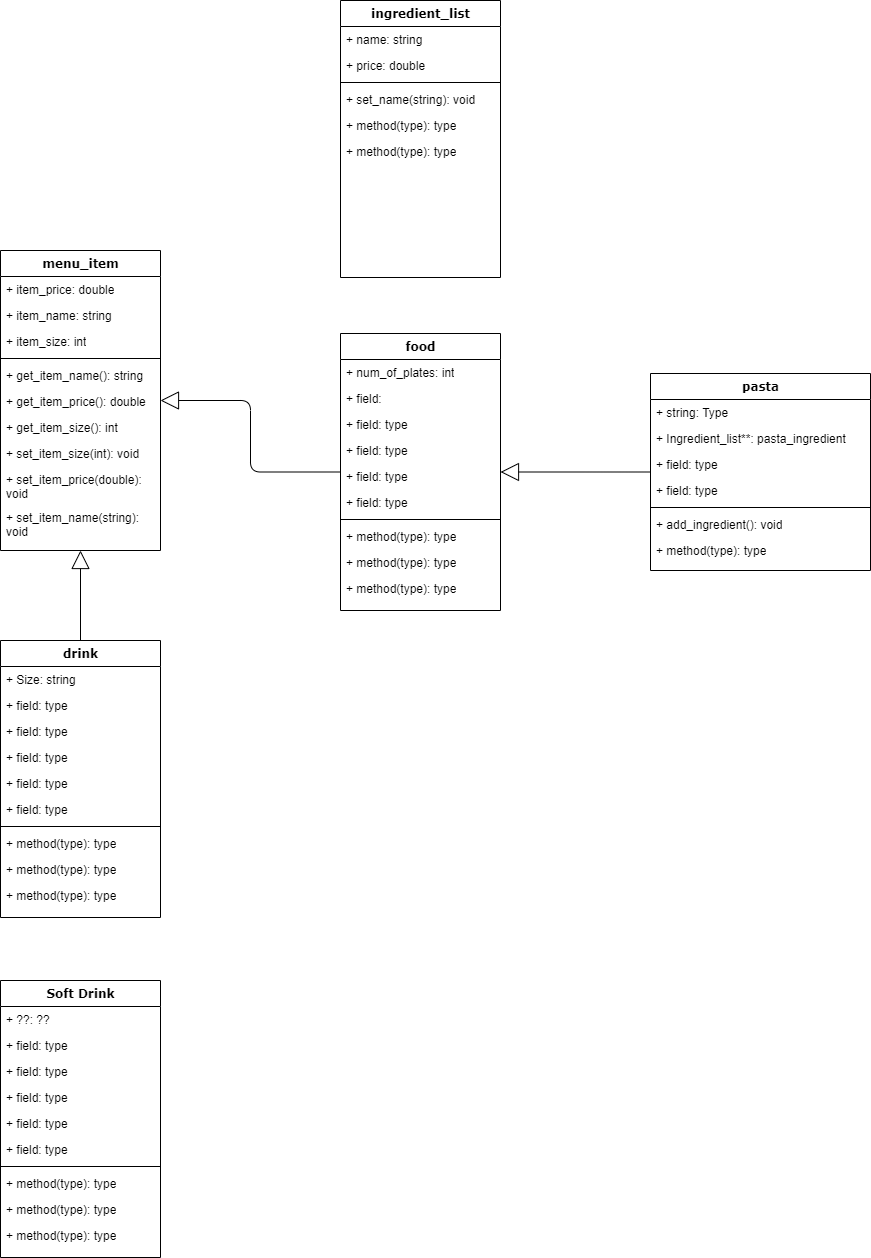
This is UML.png from SohamA12345/Project, a draw.io export, as it was before one commit. Source tidied: cells renumbered, new cells last; positions are measured from the earlier drawing's top-left corner, leaving out a move shared by most shapes.
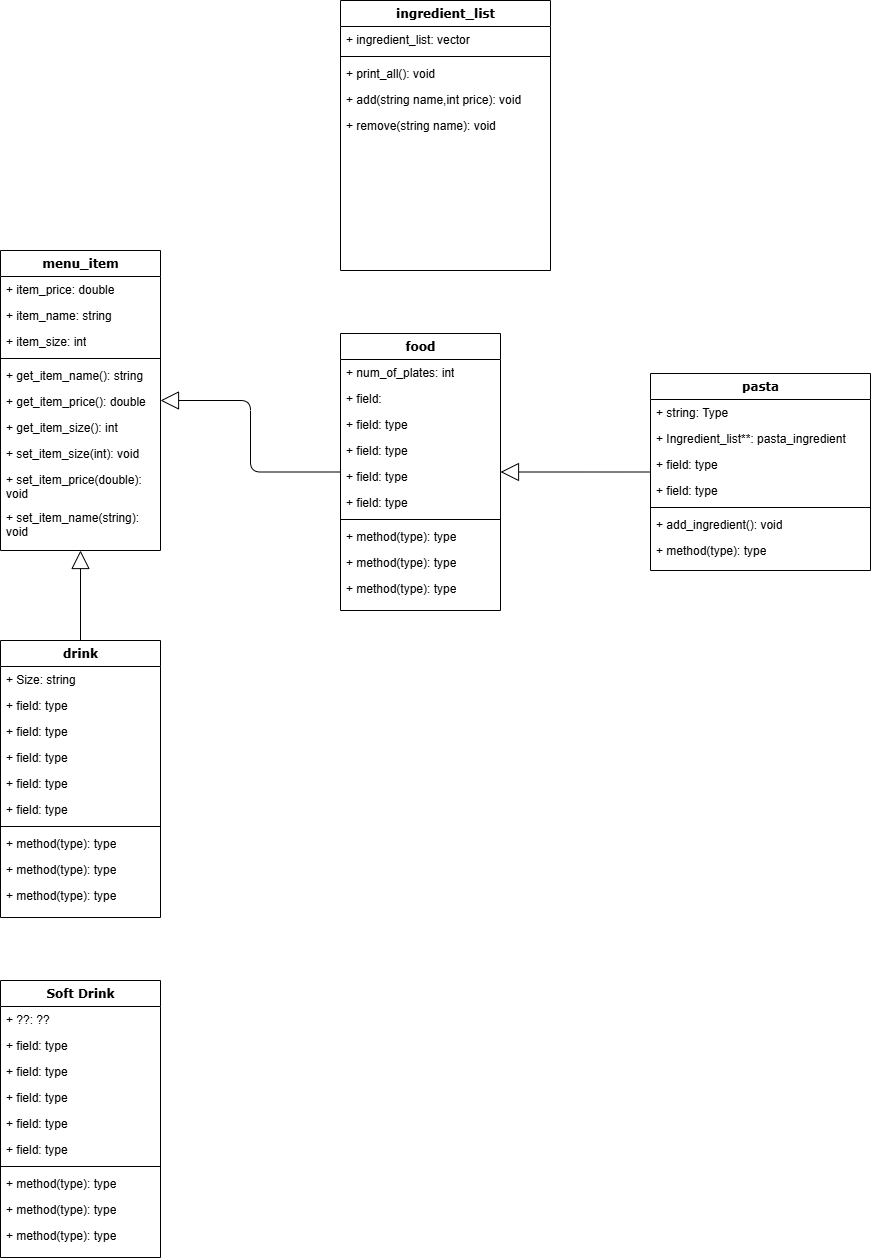
Above is the later version.

Change to the diagram source:
```diff
@@ -168,25 +168,22 @@
       <mxGeometry y="242" width="160" height="26" as="geometry" />
     </mxCell>
     <mxCell id="57" value="ingredient_list" style="swimlane;html=1;fontStyle=1;align=center;verticalAlign=top;horizontal=1;startSize=26;swimlaneFillColor=#ffffff;rounded=0;shadow=0;comic=0;labelBackgroundColor=none;strokeWidth=1;fillColor=none;fontFamily=Verdana;fontSize=12;" parent="1" vertex="1">
-      <mxGeometry x="340" width="160" height="277" as="geometry" />
+      <mxGeometry x="340" width="210" height="270" as="geometry" />
     </mxCell>
-    <mxCell id="58" value="+ name: string" style="text;html=1;strokeColor=none;fillColor=none;align=left;verticalAlign=top;spacingLeft=4;spacingRight=4;whiteSpace=wrap;overflow=hidden;" parent="57" vertex="1">
-      <mxGeometry y="26" width="160" height="26" as="geometry" />
+    <mxCell id="58" value="+ ingredient_list: vector" style="text;html=1;strokeColor=none;fillColor=none;align=left;verticalAlign=top;spacingLeft=4;spacingRight=4;whiteSpace=wrap;overflow=hidden;" parent="57" vertex="1">
+      <mxGeometry y="26" width="210" height="26" as="geometry" />
     </mxCell>
-    <mxCell id="59" value="+ price: double" style="text;html=1;strokeColor=none;fillColor=none;align=left;verticalAlign=top;spacingLeft=4;spacingRight=4;whiteSpace=wrap;overflow=hidden;" parent="57" vertex="1">
-      <mxGeometry y="52" width="160" height="26" as="geometry" />
-    </mxCell>
     <mxCell id="60" style="line;html=1;strokeWidth=1;fillColor=none;align=left;verticalAlign=middle;spacingTop=-1;spacingLeft=3;spacingRight=3;labelPosition=right;" parent="57" vertex="1">
-      <mxGeometry y="78" width="160" height="8" as="geometry" />
+      <mxGeometry y="52" width="210" height="8" as="geometry" />
     </mxCell>
-    <mxCell id="61" value="+ set_name(string): void" style="text;html=1;strokeColor=none;fillColor=none;align=left;verticalAlign=top;spacingLeft=4;spacingRight=4;whiteSpace=wrap;overflow=hidden;" parent="57" vertex="1">
-      <mxGeometry y="86" width="160" height="26" as="geometry" />
+    <mxCell id="61" value="+ print_all(): void" style="text;html=1;strokeColor=none;fillColor=none;align=left;verticalAlign=top;spacingLeft=4;spacingRight=4;whiteSpace=wrap;overflow=hidden;" parent="57" vertex="1">
+      <mxGeometry y="60" width="210" height="26" as="geometry" />
     </mxCell>
-    <mxCell id="62" value="+ method(type): type" style="text;html=1;strokeColor=none;fillColor=none;align=left;verticalAlign=top;spacingLeft=4;spacingRight=4;whiteSpace=wrap;overflow=hidden;" parent="57" vertex="1">
-      <mxGeometry y="112" width="160" height="26" as="geometry" />
+    <mxCell id="62" value="+ add(string name,int price): void" style="text;html=1;strokeColor=none;fillColor=none;align=left;verticalAlign=top;spacingLeft=4;spacingRight=4;whiteSpace=wrap;overflow=hidden;" parent="57" vertex="1">
+      <mxGeometry y="86" width="210" height="26" as="geometry" />
     </mxCell>
-    <mxCell id="63" value="+ method(type): type" style="text;html=1;strokeColor=none;fillColor=none;align=left;verticalAlign=top;spacingLeft=4;spacingRight=4;whiteSpace=wrap;overflow=hidden;" parent="57" vertex="1">
-      <mxGeometry y="138" width="160" height="26" as="geometry" />
+    <mxCell id="63" value="+ remove(string name): void" style="text;html=1;strokeColor=none;fillColor=none;align=left;verticalAlign=top;spacingLeft=4;spacingRight=4;whiteSpace=wrap;overflow=hidden;" parent="57" vertex="1">
+      <mxGeometry y="112" width="210" height="26" as="geometry" />
     </mxCell>
   </root>
 </mxGraphModel>
```
